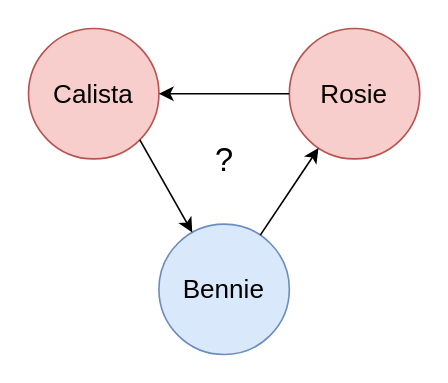
Before: docs/paradoxical-tournament.drawio in Dtphelan1/elections, a draw.io diagram. Source tidied: cells renumbered, new cells numbered last; positions are measured from the earlier drawing's top-left corner, leaving out a move shared by most shapes. Both pictures are drawn from the tidied source at 163%, with x=0, y=0 at pixel (28, 28).
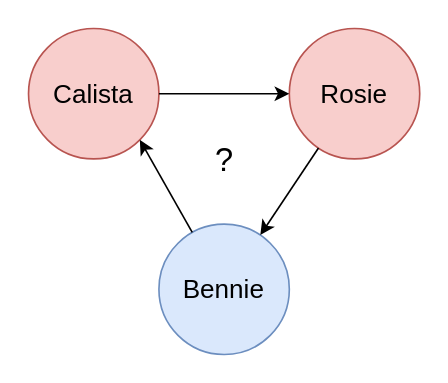
Above is the later version.

Diff of the diagram source:
```diff
@@
 <mxGraphModel>
   <root>
     <mxCell id="0" />
     <mxCell id="1" parent="0" />
     <mxCell id="2" value="&lt;font style=&quot;font-size: 16px&quot;&gt;Calista&lt;/font&gt;" style="ellipse;whiteSpace=wrap;html=1;fillColor=#f8cecc;strokeColor=#b85450;" parent="1" vertex="1">
       <mxGeometry width="80" height="80" as="geometry" />
     </mxCell>
     <mxCell id="3" value="&lt;font style=&quot;font-size: 16px&quot;&gt;Rosie&lt;/font&gt;" style="ellipse;whiteSpace=wrap;html=1;fillColor=#f8cecc;strokeColor=#b85450;" parent="1" vertex="1">
       <mxGeometry x="160" width="80" height="80" as="geometry" />
     </mxCell>
     <mxCell id="4" value="&lt;font style=&quot;font-size: 16px&quot;&gt;Bennie&lt;/font&gt;" style="ellipse;whiteSpace=wrap;html=1;fillColor=#dae8fc;strokeColor=#6c8ebf;" parent="1" vertex="1">
       <mxGeometry x="80" y="120" width="80" height="80" as="geometry" />
     </mxCell>
-    <mxCell id="5" style="endArrow=classic;html=1;exitX=1;exitY=1;exitDx=0;exitDy=0;" parent="1" edge="1" source="2" target="4">
+    <mxCell id="5" style="endArrow=none;html=1;exitX=1;exitY=1;exitDx=0;exitDy=0;startArrow=classic;startFill=1;endFill=0;" parent="1" edge="1" source="2" target="4">
       <mxGeometry relative="1" as="geometry" />
     </mxCell>
-    <mxCell id="6" style="endArrow=none;html=1;startArrow=classic;startFill=1;endFill=0;" parent="1" edge="1" source="3" target="4">
+    <mxCell id="6" style="endArrow=classic;html=1;startArrow=none;startFill=0;endFill=1;" parent="1" edge="1" source="3" target="4">
       <mxGeometry relative="1" as="geometry" />
     </mxCell>
-    <mxCell id="7" style="endArrow=none;html=1;strokeWidth=1;exitX=1;exitY=0.5;exitDx=0;exitDy=0;endFill=0;startArrow=classic;startFill=1;" parent="1" edge="1" source="2">
+    <mxCell id="7" style="endArrow=classic;html=1;strokeWidth=1;exitX=1;exitY=0.5;exitDx=0;exitDy=0;endFill=1;startArrow=none;startFill=0;" parent="1" edge="1" source="2">
       <mxGeometry relative="1" as="geometry">
         <mxPoint x="160" y="40" as="targetPoint" />
       </mxGeometry>
     </mxCell>
     <mxCell id="8" value="&lt;font style=&quot;vertical-align: inherit ; font-size: 20px&quot;&gt;&lt;font style=&quot;vertical-align: inherit ; font-size: 20px&quot;&gt;&lt;font style=&quot;vertical-align: inherit ; font-size: 20px&quot;&gt;&lt;font style=&quot;vertical-align: inherit ; font-size: 20px&quot;&gt;?&lt;/font&gt;&lt;/font&gt;&lt;/font&gt;&lt;/font&gt;" style="text;html=1;align=center;verticalAlign=middle;" parent="1" vertex="1">
       <mxGeometry x="105" y="70" width="30" height="20" as="geometry" />
     </mxCell>
   </root>
 </mxGraphModel>
```
